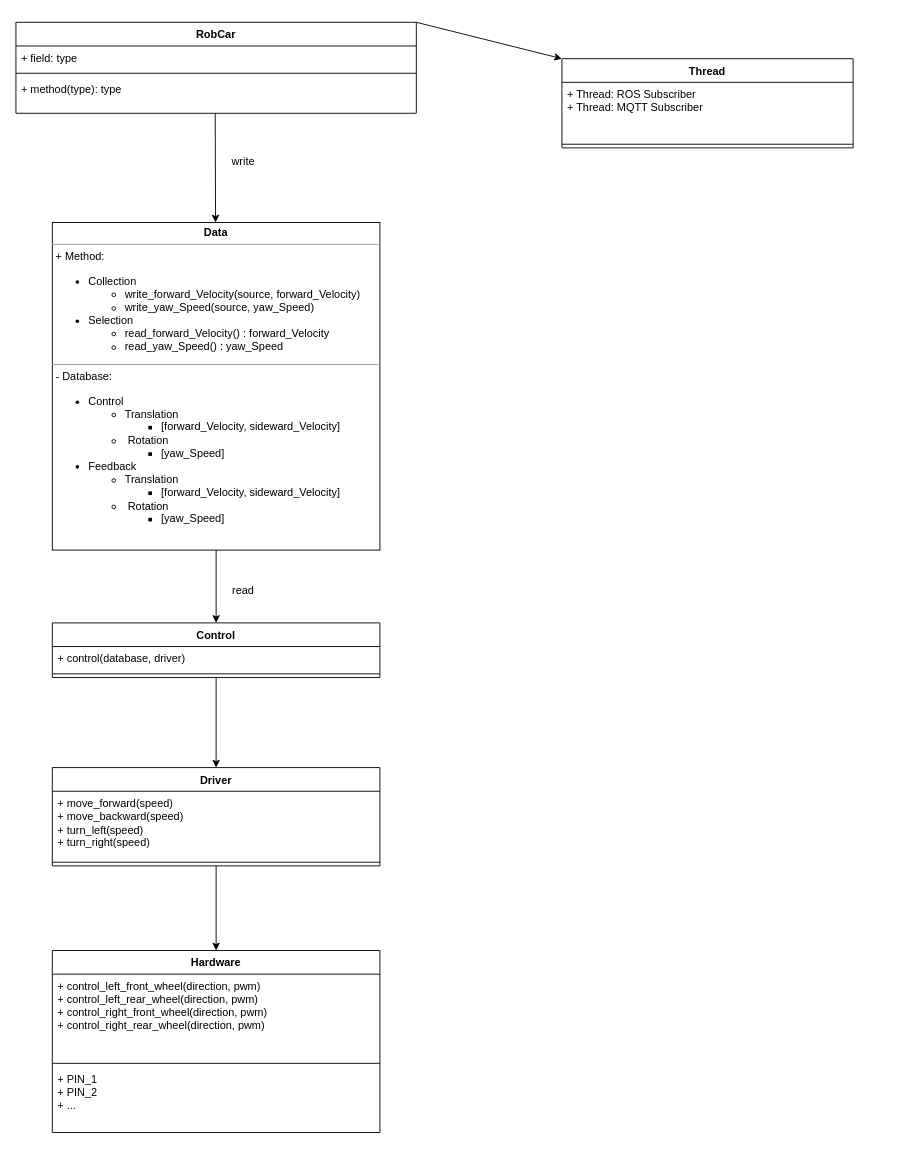
Earlier version of the draw.io diagram Documentation/Software_Architecture.drawio (ICH-BIN-HXM/RobCar). Source tidied: cells renumbered, new cells numbered last; positions are measured from the earlier drawing's top-left corner, leaving out a move shared by most shapes. Both pictures are drawn from the tidied source at 91%, with x=0, y=0 at pixel (15, 22).
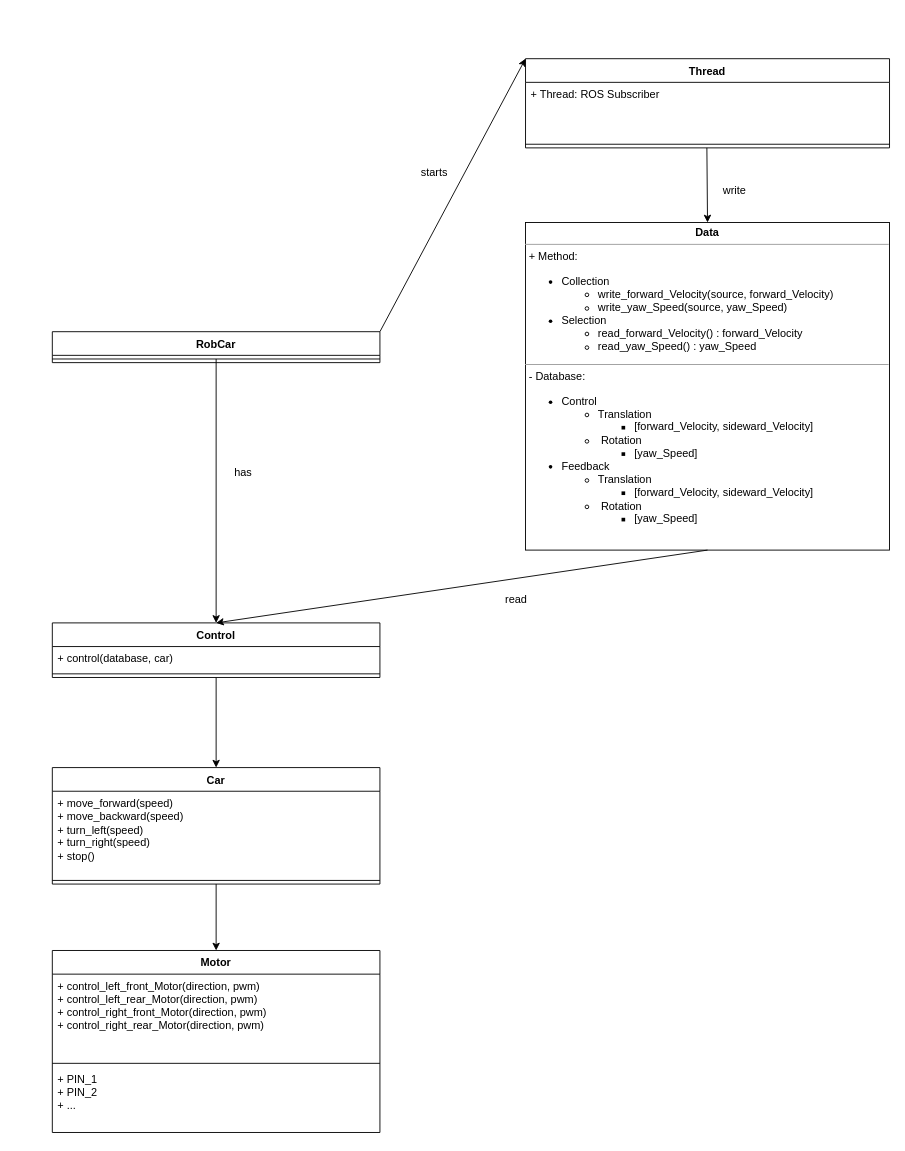
The same diagram, later.

Unchanged cells that the change refers to:
```xml
<mxCell id="15" value="Control" style="swimlane;fontStyle=1;align=center;verticalAlign=top;horizontal=1;startSize=26;whiteSpace=wrap;html=1;" parent="1" vertex="1">
  <mxGeometry x="40" y="660" width="360" height="60" as="geometry" />
</mxCell>
```

Change to the diagram source:
```diff
@@
     <mxCell id="2" value="&lt;p style=&quot;margin:0px;margin-top:4px;text-align:center;&quot;&gt;&lt;b&gt;Data&lt;/b&gt;&lt;/p&gt;&lt;hr size=&quot;1&quot;&gt;&lt;p style=&quot;margin:0px;margin-left:4px;&quot;&gt;+ Method:&amp;nbsp;&lt;/p&gt;&lt;p style=&quot;margin:0px;margin-left:4px;&quot;&gt;&lt;/p&gt;&lt;ul&gt;&lt;li&gt;Collection&amp;nbsp;&lt;/li&gt;&lt;ul&gt;&lt;li style=&quot;border-color: var(--border-color);&quot;&gt;write_forward_Velocity(source, forward_Velocity)&amp;nbsp;&lt;/li&gt;&lt;li style=&quot;border-color: var(--border-color);&quot;&gt;write_yaw_Speed(source, yaw_Speed)&amp;nbsp;&lt;/li&gt;&lt;/ul&gt;&lt;li&gt;Selection&amp;nbsp;&lt;/li&gt;&lt;ul&gt;&lt;li style=&quot;border-color: var(--border-color);&quot;&gt;read_forward_Velocity() : forward_Velocity&amp;nbsp;&lt;/li&gt;&lt;li style=&quot;border-color: var(--border-color);&quot;&gt;read_yaw_Speed() : yaw_Speed&amp;nbsp;&lt;/li&gt;&lt;/ul&gt;&lt;/ul&gt;&lt;p&gt;&lt;/p&gt;&lt;hr size=&quot;1&quot;&gt;&lt;p style=&quot;margin:0px;margin-left:4px;&quot;&gt;- Database:&amp;nbsp;&lt;/p&gt;&lt;ul style=&quot;border-color: var(--border-color);&quot;&gt;&lt;li style=&quot;border-color: var(--border-color);&quot;&gt;Control&amp;nbsp;&lt;/li&gt;&lt;ul style=&quot;border-color: var(--border-color);&quot;&gt;&lt;li style=&quot;border-color: var(--border-color);&quot;&gt;Translation&amp;nbsp;&lt;/li&gt;&lt;ul style=&quot;border-color: var(--border-color);&quot;&gt;&lt;li style=&quot;border-color: var(--border-color);&quot;&gt;[forward_Velocity, sideward_Velocity]&amp;nbsp;&lt;/li&gt;&lt;/ul&gt;&lt;li style=&quot;border-color: var(--border-color);&quot;&gt;&amp;nbsp;Rotation&amp;nbsp;&lt;/li&gt;&lt;ul style=&quot;border-color: var(--border-color);&quot;&gt;&lt;li style=&quot;border-color: var(--border-color);&quot;&gt;[yaw_Speed]&amp;nbsp;&lt;/li&gt;&lt;/ul&gt;&lt;/ul&gt;&lt;li&gt;&lt;span style=&quot;background-color: initial;&quot;&gt;Feedback&amp;nbsp;&lt;/span&gt;&lt;br&gt;&lt;/li&gt;&lt;ul style=&quot;border-color: var(--border-color);&quot;&gt;&lt;li&gt;&lt;span style=&quot;background-color: initial;&quot;&gt;Translation&amp;nbsp;&lt;/span&gt;&lt;br&gt;&lt;/li&gt;&lt;ul style=&quot;border-color: var(--border-color);&quot;&gt;&lt;li style=&quot;border-color: var(--border-color);&quot;&gt;[forward_Velocity, sideward_Velocity]&amp;nbsp;&lt;/li&gt;&lt;/ul&gt;&lt;li&gt;&lt;span style=&quot;background-color: initial;&quot;&gt;&amp;nbsp;Rotation&amp;nbsp;&lt;/span&gt;&lt;br&gt;&lt;/li&gt;&lt;ul style=&quot;border-color: var(--border-color);&quot;&gt;&lt;li&gt;&lt;span style=&quot;background-color: initial;&quot;&gt;[yaw_Speed]&amp;nbsp;&lt;/span&gt;&lt;br&gt;&lt;/li&gt;&lt;/ul&gt;&lt;/ul&gt;&lt;/ul&gt;" style="verticalAlign=top;align=left;overflow=fill;fontSize=12;fontFamily=Helvetica;html=1;whiteSpace=wrap;" parent="1" vertex="1">
-      <mxGeometry x="40" y="220" width="360" height="360" as="geometry" />
+      <mxGeometry x="560" y="220" width="400" height="360" as="geometry" />
     </mxCell>
     <mxCell id="3" value="RobCar" style="swimlane;fontStyle=1;align=center;verticalAlign=top;horizontal=1;startSize=26;whiteSpace=wrap;html=1;" parent="1" vertex="1">
-      <mxGeometry width="440" height="100" as="geometry" />
+      <mxGeometry x="40" y="340" width="360" height="34" as="geometry" />
     </mxCell>
-    <mxCell id="4" value="+ field: type" style="text;strokeColor=none;fillColor=none;align=left;verticalAlign=top;spacingLeft=4;spacingRight=4;overflow=hidden;whiteSpace=wrap;html=1;" parent="3" vertex="1">
-      <mxGeometry y="26" width="440" height="26" as="geometry" />
-    </mxCell>
     <mxCell id="5" style="line;strokeWidth=1;fillColor=none;align=left;verticalAlign=middle;spacingTop=-1;spacingLeft=3;spacingRight=3;labelPosition=right;strokeColor=inherit;" parent="3" vertex="1">
-      <mxGeometry y="52" width="440" height="8" as="geometry" />
+      <mxGeometry y="26" width="360" height="8" as="geometry" />
     </mxCell>
-    <mxCell id="6" value="+ method(type): type" style="text;strokeColor=none;fillColor=none;align=left;verticalAlign=top;spacingLeft=4;spacingRight=4;overflow=hidden;whiteSpace=wrap;html=1;" parent="3" vertex="1">
-      <mxGeometry y="60" width="440" height="40" as="geometry" />
-    </mxCell>
-    <mxCell id="7" value="Driver" style="swimlane;fontStyle=1;align=center;verticalAlign=top;horizontal=1;startSize=26;whiteSpace=wrap;html=1;" parent="1" vertex="1">
-      <mxGeometry x="40" y="819" width="360" height="108" as="geometry" />
+    <mxCell id="7" value="Car" style="swimlane;fontStyle=1;align=center;verticalAlign=top;horizontal=1;startSize=26;whiteSpace=wrap;html=1;" parent="1" vertex="1">
+      <mxGeometry x="40" y="819" width="360" height="128" as="geometry" />
     </mxCell>
-    <mxCell id="8" value="+ move_forward(speed)&amp;nbsp;&lt;br&gt;+ move_backward(speed)&amp;nbsp;&lt;br&gt;+ turn_left(speed)&amp;nbsp;&lt;br&gt;+ turn_right(speed)&amp;nbsp;" style="text;strokeColor=none;fillColor=none;align=left;verticalAlign=top;spacingLeft=4;spacingRight=4;overflow=hidden;whiteSpace=wrap;html=1;" parent="7" vertex="1">
-      <mxGeometry y="26" width="360" height="74" as="geometry" />
+    <mxCell id="8" value="+ move_forward(speed)&amp;nbsp;&lt;br&gt;+ move_backward(speed)&amp;nbsp;&lt;br&gt;+ turn_left(speed)&amp;nbsp;&lt;br&gt;+ turn_right(speed)&amp;nbsp;&lt;br&gt;+ stop()&amp;nbsp;" style="text;strokeColor=none;fillColor=none;align=left;verticalAlign=top;spacingLeft=4;spacingRight=4;overflow=hidden;whiteSpace=wrap;html=1;" parent="7" vertex="1">
+      <mxGeometry y="26" width="360" height="94" as="geometry" />
     </mxCell>
     <mxCell id="9" style="line;strokeWidth=1;fillColor=none;align=left;verticalAlign=middle;spacingTop=-1;spacingLeft=3;spacingRight=3;labelPosition=right;strokeColor=inherit;" parent="7" vertex="1">
-      <mxGeometry y="100" width="360" height="8" as="geometry" />
+      <mxGeometry y="120" width="360" height="8" as="geometry" />
     </mxCell>
-    <mxCell id="10" value="Hardware" style="swimlane;fontStyle=1;align=center;verticalAlign=top;horizontal=1;startSize=26;whiteSpace=wrap;html=1;" parent="1" vertex="1">
+    <mxCell id="10" value="Motor" style="swimlane;fontStyle=1;align=center;verticalAlign=top;horizontal=1;startSize=26;whiteSpace=wrap;html=1;" parent="1" vertex="1">
       <mxGeometry x="40" y="1020" width="360" height="200" as="geometry" />
     </mxCell>
-    <mxCell id="11" value="+ control_left_front_wheel(direction, pwm)&amp;nbsp;&lt;br&gt;+ control_left_rear_wheel(direction, pwm)&amp;nbsp;&lt;br&gt;+ control_right_front_wheel(direction, pwm)&amp;nbsp;&lt;br&gt;+ control_right_rear_wheel(direction, pwm)&amp;nbsp;" style="text;strokeColor=none;fillColor=none;align=left;verticalAlign=top;spacingLeft=4;spacingRight=4;overflow=hidden;whiteSpace=wrap;html=1;" parent="10" vertex="1">
+    <mxCell id="11" value="+ control_left_front_Motor(direction, pwm)&amp;nbsp;&lt;br&gt;+ control_left_rear_Motor(direction, pwm)&amp;nbsp;&lt;br&gt;+ control_right_front_Motor(direction, pwm)&amp;nbsp;&lt;br&gt;+ control_right_rear_Motor(direction, pwm)&amp;nbsp;" style="text;strokeColor=none;fillColor=none;align=left;verticalAlign=top;spacingLeft=4;spacingRight=4;overflow=hidden;whiteSpace=wrap;html=1;" parent="10" vertex="1">
       <mxGeometry y="26" width="360" height="94" as="geometry" />
     </mxCell>
@@
-    <mxCell id="14" style="endArrow=classic;html=1;rounded=0;entryX=0.25;entryY=0;entryDx=0;entryDy=0;" parent="1" edge="1">
+    <mxCell id="14" style="endArrow=classic;html=1;rounded=0;entryX=0.5;entryY=0;entryDx=0;entryDy=0;" parent="1" edge="1" target="2">
       <mxGeometry relative="1" as="geometry">
-        <mxPoint x="219" y="100" as="sourcePoint" />
-        <mxPoint x="219.4" y="220" as="targetPoint" />
+        <mxPoint x="759.3" y="138" as="sourcePoint" />
       </mxGeometry>
     </mxCell>
@@
-    <mxCell id="16" value="+ control(database, driver)&amp;nbsp;" style="text;strokeColor=none;fillColor=none;align=left;verticalAlign=top;spacingLeft=4;spacingRight=4;overflow=hidden;whiteSpace=wrap;html=1;" parent="15" vertex="1">
+    <mxCell id="16" value="+ control(database, car)&amp;nbsp;" style="text;strokeColor=none;fillColor=none;align=left;verticalAlign=top;spacingLeft=4;spacingRight=4;overflow=hidden;whiteSpace=wrap;html=1;" parent="15" vertex="1">
       <mxGeometry y="26" width="360" height="26" as="geometry" />
     </mxCell>
@@
     <mxCell id="21" value="Thread" style="swimlane;fontStyle=1;align=center;verticalAlign=top;horizontal=1;startSize=26;whiteSpace=wrap;html=1;" parent="1" vertex="1">
-      <mxGeometry x="600" y="40" width="320" height="98" as="geometry" />
+      <mxGeometry x="560" y="40" width="400" height="98" as="geometry" />
     </mxCell>
-    <mxCell id="22" value="+ Thread: ROS Subscriber&amp;nbsp;&lt;br&gt;+ Thread: MQTT Subscriber&amp;nbsp;" style="text;strokeColor=none;fillColor=none;align=left;verticalAlign=top;spacingLeft=4;spacingRight=4;overflow=hidden;whiteSpace=wrap;html=1;" parent="21" vertex="1">
-      <mxGeometry y="26" width="320" height="64" as="geometry" />
+    <mxCell id="22" value="+ Thread: ROS Subscriber&amp;nbsp;" style="text;strokeColor=none;fillColor=none;align=left;verticalAlign=top;spacingLeft=4;spacingRight=4;overflow=hidden;whiteSpace=wrap;html=1;" parent="21" vertex="1">
+      <mxGeometry y="26" width="400" height="64" as="geometry" />
     </mxCell>
     <mxCell id="23" style="line;strokeWidth=1;fillColor=none;align=left;verticalAlign=middle;spacingTop=-1;spacingLeft=3;spacingRight=3;labelPosition=right;strokeColor=inherit;" parent="21" vertex="1">
-      <mxGeometry y="90" width="320" height="8" as="geometry" />
+      <mxGeometry y="90" width="400" height="8" as="geometry" />
     </mxCell>
@@
     <mxCell id="25" value="write" style="text;html=1;strokeColor=none;fillColor=none;align=center;verticalAlign=middle;whiteSpace=wrap;rounded=0;" parent="1" vertex="1">
-      <mxGeometry x="220" y="138" width="60" height="30" as="geometry" />
+      <mxGeometry x="760" y="170" width="60" height="30" as="geometry" />
     </mxCell>
     <mxCell id="26" value="read" style="text;html=1;strokeColor=none;fillColor=none;align=center;verticalAlign=middle;whiteSpace=wrap;rounded=0;" parent="1" vertex="1">
-      <mxGeometry x="220" y="610" width="60" height="30" as="geometry" />
+      <mxGeometry x="520" y="620" width="60" height="30" as="geometry" />
     </mxCell>
+    <mxCell id="27" value="starts" style="text;html=1;strokeColor=none;fillColor=none;align=center;verticalAlign=middle;whiteSpace=wrap;rounded=0;" parent="1" vertex="1">
+      <mxGeometry x="430" y="150" width="60" height="30" as="geometry" />
+    </mxCell>
+    <mxCell id="28" style="endArrow=classic;html=1;rounded=0;entryX=0.5;entryY=0;entryDx=0;entryDy=0;" parent="1" edge="1" target="15">
+      <mxGeometry relative="1" as="geometry">
+        <mxPoint x="220" y="370" as="sourcePoint" />
+      </mxGeometry>
+    </mxCell>
+    <mxCell id="29" value="has" style="text;html=1;strokeColor=none;fillColor=none;align=center;verticalAlign=middle;whiteSpace=wrap;rounded=0;" parent="1" vertex="1">
+      <mxGeometry x="220" y="480" width="60" height="30" as="geometry" />
+    </mxCell>
```
